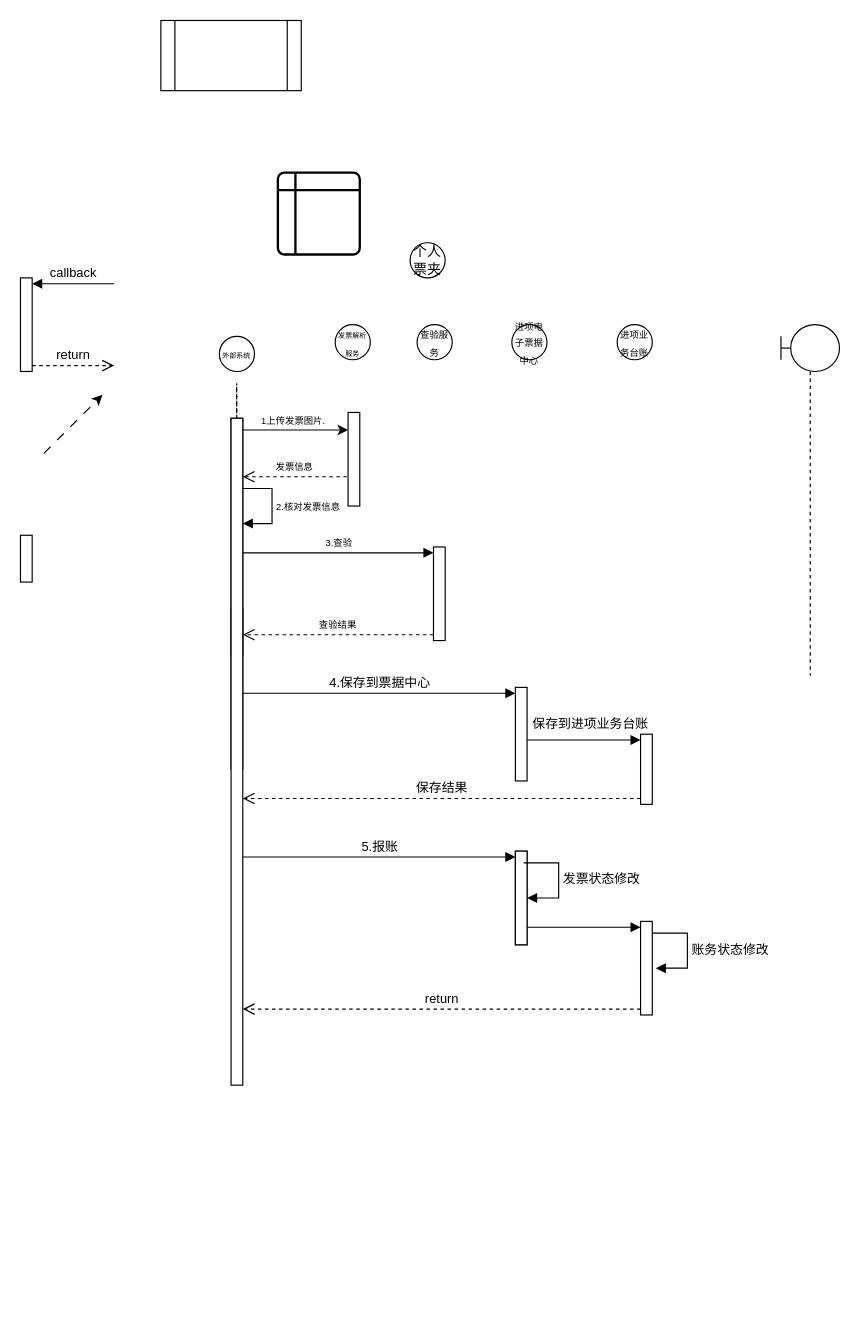
Asamiyaa/microservice-k8s-yun keeps this draw.io diagram as menus/发票解析报账.drawio. Above is the earlier version. Source tidied: cells renumbered, new cells numbered last; positions are measured from the earlier drawing's top-left corner, leaving out a move shared by most shapes. Both pictures are drawn from the tidied source at 117%, with x=0, y=0 at pixel (20, 20).
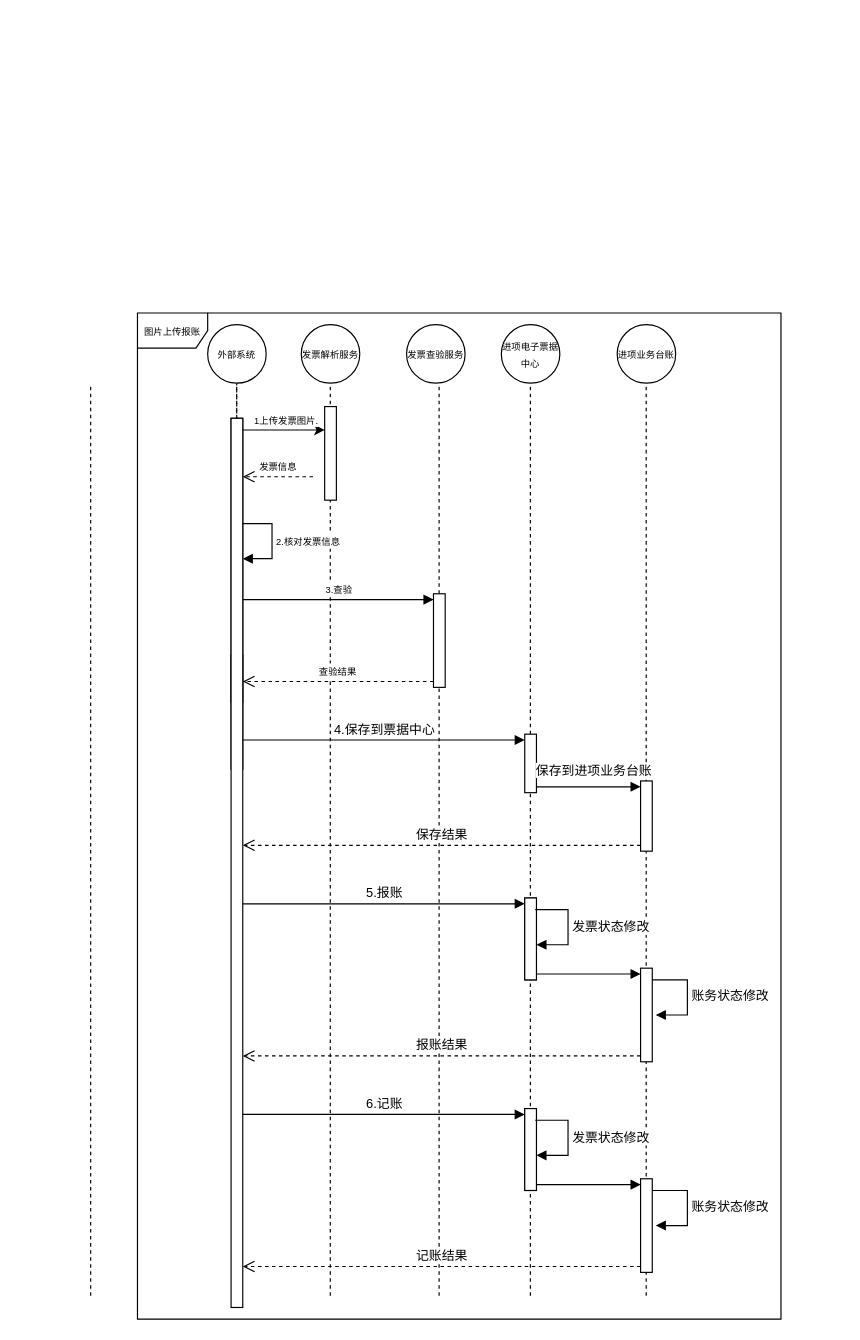
After the change.

Commit message (it also covers changes not shown here):
更新发票解析报账.drawio

The change refers to these unchanged cells:
```xml
<mxCell id="11" style="rounded=0;whiteSpace=wrap;html=1;" parent="1" vertex="1">
  <mxGeometry x="180" y="340" width="10" height="300" as="geometry" />
</mxCell>
```

What changed in the source:
```diff
@@
-    <mxCell id="2" style="shape=process;whiteSpace=wrap;html=1;backgroundOutline=1;" parent="1" vertex="1">
-      <mxGeometry x="120" width="120" height="60" as="geometry" />
-    </mxCell>
-    <mxCell id="3" style="shape=internalStorage;whiteSpace=wrap;html=1;dx=15;dy=15;rounded=1;arcSize=8;strokeWidth=2;" parent="1" vertex="1">
-      <mxGeometry x="220" y="130" width="70" height="70" as="geometry" />
-    </mxCell>
+    <mxCell id="43" style="endArrow=none;dashed=1;html=1;rounded=0;" parent="1" edge="1">
+      <mxGeometry relative="1" as="geometry">
+        <mxPoint x="264.8" y="1090" as="sourcePoint" />
+        <mxPoint x="264.8" y="310" as="targetPoint" />
+      </mxGeometry>
+    </mxCell>
+    <mxCell id="44" style="endArrow=none;dashed=1;html=1;rounded=0;" parent="1" edge="1">
+      <mxGeometry relative="1" as="geometry">
+        <mxPoint x="357.8" y="1090" as="sourcePoint" />
+        <mxPoint x="357.8" y="310" as="targetPoint" />
+      </mxGeometry>
+    </mxCell>
+    <mxCell id="45" style="endArrow=none;dashed=1;html=1;rounded=0;" parent="1" edge="1">
+      <mxGeometry relative="1" as="geometry">
+        <mxPoint x="435.8" y="1090" as="sourcePoint" />
+        <mxPoint x="435.8" y="310" as="targetPoint" />
+      </mxGeometry>
+    </mxCell>
+    <mxCell id="46" style="endArrow=none;dashed=1;html=1;rounded=0;" parent="1" edge="1">
+      <mxGeometry relative="1" as="geometry">
+        <mxPoint x="534.8" y="1090" as="sourcePoint" />
+        <mxPoint x="534.8" y="310" as="targetPoint" />
+      </mxGeometry>
+    </mxCell>
-    <mxCell id="4" value="&lt;font style=&quot;font-size: 6px;&quot;&gt;外部系统&lt;/font&gt;" style="ellipse;whiteSpace=wrap;html=1;" parent="1" vertex="1">
-      <mxGeometry x="170" y="270" width="30" height="30" as="geometry" />
+    <mxCell id="4" value="&lt;font style=&quot;font-size: 8px;&quot;&gt;外部系统&lt;/font&gt;" style="ellipse;whiteSpace=wrap;html=1;" parent="1" vertex="1">
+      <mxGeometry x="160" y="260" width="50" height="50" as="geometry" />
     </mxCell>
-    <mxCell id="5" value="个人票夹" style="ellipse;whiteSpace=wrap;html=1;" parent="1" vertex="1">
-      <mxGeometry x="333" y="190" width="30" height="30" as="geometry" />
-    </mxCell>
-    <mxCell id="6" value="&lt;font style=&quot;font-size: 8px;&quot;&gt;查验服务&lt;/font&gt;" style="ellipse;whiteSpace=wrap;html=1;" parent="1" vertex="1">
-      <mxGeometry x="339" y="260" width="30" height="30" as="geometry" />
-    </mxCell>
@@
-    <mxCell id="8" value="&lt;span style=&quot;font-size: 6px;&quot;&gt;发票解析服务&lt;/span&gt;" style="ellipse;whiteSpace=wrap;html=1;" parent="1" vertex="1">
-      <mxGeometry x="269" y="260" width="30" height="30" as="geometry" />
-    </mxCell>
@@
-    <mxCell id="10" style="endArrow=none;dashed=1;html=1;rounded=0;" parent="1" edge="1" target="11">
+    <mxCell id="10" style="endArrow=none;dashed=1;html=1;rounded=0;" parent="1" edge="1">
       <mxGeometry relative="1" as="geometry">
-        <mxPoint x="184.8" y="720" as="sourcePoint" />
+        <mxPoint x="184.8" y="760" as="sourcePoint" />
+        <mxPoint x="184.9" y="680" as="targetPoint" />
       </mxGeometry>
     </mxCell>
@@
     <mxCell id="12" style="endArrow=classic;html=1;rounded=0;" parent="1" edge="1" source="25">
       <mxGeometry relative="1" as="geometry">
-        <mxPoint x="280" y="350" as="targetPoint" />
+        <mxPoint x="260" y="350" as="targetPoint" />
+        <Array as="points">
+          <mxPoint x="260" y="350" />
+        </Array>
       </mxGeometry>
     </mxCell>
@@
-    <mxCell id="14" style="rounded=0;whiteSpace=wrap;html=1;" parent="1" vertex="1">
-      <mxGeometry y="440" width="10" height="40" as="geometry" />
-    </mxCell>
-    <mxCell id="15" style="endArrow=classic;html=1;rounded=0;dashed=1;dashPattern=8 8;" parent="1" edge="1">
-      <mxGeometry relative="1" as="geometry">
-        <mxPoint x="20" y="370" as="sourcePoint" />
-        <mxPoint x="70" y="320" as="targetPoint" />
-      </mxGeometry>
-    </mxCell>
     <mxCell id="16" value="&lt;font style=&quot;font-size: 8px;&quot;&gt;发票信息&lt;/font&gt;" style="html=1;verticalAlign=bottom;endArrow=open;dashed=1;endSize=8;curved=0;rounded=0;" parent="1" edge="1">
       <mxGeometry relative="1" as="geometry">
-        <mxPoint x="279" y="390" as="sourcePoint" />
+        <mxPoint x="250" y="390" as="sourcePoint" />
         <mxPoint x="190" y="390" as="targetPoint" />
       </mxGeometry>
     </mxCell>
     <mxCell id="17" style="html=1;points=[[0,0,0,0,5],[0,1,0,0,-5],[1,0,0,0,5],[1,1,0,0,-5]];perimeter=orthogonalPerimeter;outlineConnect=0;targetShapes=umlLifeline;portConstraint=eastwest;newEdgeStyle={&quot;curved&quot;:0,&quot;rounded&quot;:0};" parent="1" vertex="1">
-      <mxGeometry x="353" y="450" width="10" height="80" as="geometry" />
+      <mxGeometry x="353" y="490" width="10" height="80" as="geometry" />
     </mxCell>
-    <mxCell id="18" value="&lt;font style=&quot;font-size: 8px;&quot;&gt;3.查验&lt;/font&gt;" style="html=1;verticalAlign=bottom;endArrow=block;curved=0;rounded=0;entryX=0;entryY=0;entryDx=0;entryDy=5;" parent="1" edge="1" source="25" target="17">
-      <mxGeometry relative="1" as="geometry" />
+    <mxCell id="18" value="&lt;font style=&quot;font-size: 8px;&quot;&gt;3.查验&lt;/font&gt;" style="html=1;verticalAlign=bottom;endArrow=block;curved=0;rounded=0;entryX=0;entryY=0;entryDx=0;entryDy=5;" parent="1" edge="1" target="17">
+      <mxGeometry relative="1" as="geometry">
+        <mxPoint x="190" y="495" as="sourcePoint" />
+      </mxGeometry>
     </mxCell>
@@
-    <mxCell id="20" style="html=1;points=[[0,0,0,0,5],[0,1,0,0,-5],[1,0,0,0,5],[1,1,0,0,-5]];perimeter=orthogonalPerimeter;outlineConnect=0;targetShapes=umlLifeline;portConstraint=eastwest;newEdgeStyle={&quot;curved&quot;:0,&quot;rounded&quot;:0};" parent="1" vertex="1">
-      <mxGeometry y="220" width="10" height="80" as="geometry" />
-    </mxCell>
-    <mxCell id="21" value="callback" style="html=1;verticalAlign=bottom;endArrow=block;curved=0;rounded=0;entryX=1;entryY=0;entryDx=0;entryDy=5;" parent="1" edge="1" target="20">
-      <mxGeometry relative="1" as="geometry">
-        <mxPoint x="80" y="225" as="sourcePoint" />
-      </mxGeometry>
-    </mxCell>
-    <mxCell id="22" value="return" style="html=1;verticalAlign=bottom;endArrow=open;dashed=1;endSize=8;curved=0;rounded=0;exitX=1;exitY=1;exitDx=0;exitDy=-5;" parent="1" edge="1" source="20">
-      <mxGeometry relative="1" as="geometry">
-        <mxPoint x="80" y="295" as="targetPoint" />
-      </mxGeometry>
-    </mxCell>
-    <mxCell id="23" style="shape=umlLifeline;perimeter=lifelinePerimeter;whiteSpace=wrap;html=1;newEdgeStyle={&quot;curved&quot;:0,&quot;rounded&quot;:0};participant=umlBoundary;" parent="1" vertex="1">
-      <mxGeometry x="650" y="260" width="50" height="300" as="geometry" />
-    </mxCell>
     <mxCell id="24" style="html=1;points=[[0,0,0,0,5],[0,1,0,0,-5],[1,0,0,0,5],[1,1,0,0,-5]];perimeter=orthogonalPerimeter;outlineConnect=0;targetShapes=umlLifeline;portConstraint=eastwest;newEdgeStyle={&quot;curved&quot;:0,&quot;rounded&quot;:0};" parent="1" vertex="1">
-      <mxGeometry x="180" y="502.5" width="10" height="40" as="geometry" />
+      <mxGeometry x="180" y="542.5" width="10" height="40" as="geometry" />
     </mxCell>
     <mxCell id="25" style="html=1;points=[[0,0,0,0,5],[0,1,0,0,-5],[1,0,0,0,5],[1,1,0,0,-5]];perimeter=orthogonalPerimeter;outlineConnect=0;targetShapes=umlLifeline;portConstraint=eastwest;newEdgeStyle={&quot;curved&quot;:0,&quot;rounded&quot;:0};" parent="1" vertex="1">
-      <mxGeometry x="180" y="340" width="10" height="570" as="geometry" />
+      <mxGeometry x="180" y="340" width="10" height="760" as="geometry" />
     </mxCell>
-    <mxCell id="26" value="&lt;font style=&quot;font-size: 8px;&quot;&gt;2.核对发票信息&lt;/font&gt;" style="html=1;align=left;spacingLeft=2;endArrow=block;rounded=0;edgeStyle=orthogonalEdgeStyle;curved=0;rounded=0;" parent="1" edge="1" target="25">
+    <mxCell id="26" value="&lt;font style=&quot;font-size: 8px;&quot;&gt;2.核对发票信息&lt;/font&gt;" style="html=1;align=left;spacingLeft=2;endArrow=block;rounded=0;edgeStyle=orthogonalEdgeStyle;curved=0;rounded=0;" parent="1" edge="1">
       <mxGeometry relative="1" as="geometry">
-        <mxPoint x="190" y="400" as="sourcePoint" />
+        <mxPoint x="190" y="430" as="sourcePoint" />
+        <mxPoint x="190" y="460" as="targetPoint" />
         <Array as="points">
-          <mxPoint x="215" y="430" />
+          <mxPoint x="215" y="460" />
         </Array>
       </mxGeometry>
     </mxCell>
-    <mxCell id="27" value="&lt;span style=&quot;font-size: 8px;&quot;&gt;进项电子票据中心&lt;/span&gt;" style="ellipse;whiteSpace=wrap;html=1;" parent="1" vertex="1">
-      <mxGeometry x="420" y="260" width="30" height="30" as="geometry" />
-    </mxCell>
     <mxCell id="28" style="html=1;points=[[0,0,0,0,5],[0,1,0,0,-5],[1,0,0,0,5],[1,1,0,0,-5]];perimeter=orthogonalPerimeter;outlineConnect=0;targetShapes=umlLifeline;portConstraint=eastwest;newEdgeStyle={&quot;curved&quot;:0,&quot;rounded&quot;:0};" parent="1" vertex="1">
-      <mxGeometry x="423" y="570" width="10" height="80" as="geometry" />
+      <mxGeometry x="431" y="610" width="10" height="50" as="geometry" />
     </mxCell>
     <mxCell id="29" value="4.保存到票据中心" style="html=1;verticalAlign=bottom;endArrow=block;curved=0;rounded=0;entryX=0;entryY=0;entryDx=0;entryDy=5;" parent="1" edge="1" target="28">
       <mxGeometry relative="1" as="geometry">
-        <mxPoint x="190" y="575" as="sourcePoint" />
+        <mxPoint x="190" y="615" as="sourcePoint" />
       </mxGeometry>
     </mxCell>
-    <mxCell id="30" value="&lt;span style=&quot;font-size: 8px;&quot;&gt;进项业务台账&lt;/span&gt;" style="ellipse;whiteSpace=wrap;html=1;" parent="1" vertex="1">
-      <mxGeometry x="510" y="260" width="30" height="30" as="geometry" />
-    </mxCell>
     <mxCell id="31" style="html=1;points=[[0,0,0,0,5],[0,1,0,0,-5],[1,0,0,0,5],[1,1,0,0,-5]];perimeter=orthogonalPerimeter;outlineConnect=0;targetShapes=umlLifeline;portConstraint=eastwest;newEdgeStyle={&quot;curved&quot;:0,&quot;rounded&quot;:0};" parent="1" vertex="1">
-      <mxGeometry x="530" y="610" width="10" height="60" as="geometry" />
+      <mxGeometry x="530" y="650" width="10" height="60" as="geometry" />
     </mxCell>
@@
     <mxCell id="33" value="保存结果" style="html=1;verticalAlign=bottom;endArrow=open;dashed=1;endSize=8;curved=0;rounded=0;exitX=0;exitY=1;exitDx=0;exitDy=-5;" parent="1" edge="1" source="31">
       <mxGeometry relative="1" as="geometry">
-        <mxPoint x="190" y="665" as="targetPoint" />
+        <mxPoint x="190" y="705" as="targetPoint" />
       </mxGeometry>
     </mxCell>
     <mxCell id="34" style="html=1;points=[[0,0,0,0,5],[0,1,0,0,-5],[1,0,0,0,5],[1,1,0,0,-5]];perimeter=orthogonalPerimeter;outlineConnect=0;targetShapes=umlLifeline;portConstraint=eastwest;newEdgeStyle={&quot;curved&quot;:0,&quot;rounded&quot;:0};" parent="1" vertex="1">
-      <mxGeometry x="423" y="710" width="10" height="80" as="geometry" />
+      <mxGeometry x="431" y="750" width="10" height="70" as="geometry" />
     </mxCell>
     <mxCell id="35" value="5.报账" style="html=1;verticalAlign=bottom;endArrow=block;curved=0;rounded=0;entryX=0;entryY=0;entryDx=0;entryDy=5;" parent="1" edge="1" target="34">
       <mxGeometry relative="1" as="geometry">
-        <mxPoint x="190" y="715" as="sourcePoint" />
+        <mxPoint x="190" y="755" as="sourcePoint" />
       </mxGeometry>
     </mxCell>
     <mxCell id="36" style="html=1;points=[[0,0,0,0,5],[0,1,0,0,-5],[1,0,0,0,5],[1,1,0,0,-5]];perimeter=orthogonalPerimeter;outlineConnect=0;targetShapes=umlLifeline;portConstraint=eastwest;newEdgeStyle={&quot;curved&quot;:0,&quot;rounded&quot;:0};" parent="1" vertex="1">
-      <mxGeometry x="423" y="710" width="10" height="80" as="geometry" />
+      <mxGeometry x="431" y="750" width="10" height="70" as="geometry" />
     </mxCell>
     <mxCell id="37" value="发票状态修改" style="html=1;align=left;spacingLeft=2;endArrow=block;rounded=0;edgeStyle=orthogonalEdgeStyle;curved=0;rounded=0;" parent="1" edge="1" target="36">
       <mxGeometry relative="1" as="geometry">
-        <mxPoint x="430" y="720" as="sourcePoint" />
+        <mxPoint x="440" y="760" as="sourcePoint" />
         <Array as="points">
-          <mxPoint x="460" y="750" />
+          <mxPoint x="468" y="790" />
         </Array>
       </mxGeometry>
     </mxCell>
     <mxCell id="38" style="html=1;points=[[0,0,0,0,5],[0,1,0,0,-5],[1,0,0,0,5],[1,1,0,0,-5]];perimeter=orthogonalPerimeter;outlineConnect=0;targetShapes=umlLifeline;portConstraint=eastwest;newEdgeStyle={&quot;curved&quot;:0,&quot;rounded&quot;:0};" parent="1" vertex="1">
-      <mxGeometry x="530" y="770" width="10" height="80" as="geometry" />
+      <mxGeometry x="530" y="810" width="10" height="80" as="geometry" />
     </mxCell>
@@
-    <mxCell id="40" value="return" style="html=1;verticalAlign=bottom;endArrow=open;dashed=1;endSize=8;curved=0;rounded=0;exitX=0;exitY=1;exitDx=0;exitDy=-5;" parent="1" edge="1" source="38" target="25">
-      <mxGeometry relative="1" as="geometry" />
+    <mxCell id="40" value="报账结果" style="html=1;verticalAlign=bottom;endArrow=open;dashed=1;endSize=8;curved=0;rounded=0;exitX=0;exitY=1;exitDx=0;exitDy=-5;" parent="1" edge="1" source="38">
+      <mxGeometry relative="1" as="geometry">
+        <mxPoint x="190" y="885" as="targetPoint" />
+      </mxGeometry>
     </mxCell>
     <mxCell id="41" value="账务状态修改" style="html=1;align=left;spacingLeft=2;endArrow=block;rounded=0;edgeStyle=orthogonalEdgeStyle;curved=0;rounded=0;" parent="1" edge="1">
       <mxGeometry relative="1" as="geometry">
-        <mxPoint x="540" y="780" as="sourcePoint" />
-        <mxPoint x="543" y="810" as="targetPoint" />
+        <mxPoint x="540" y="820" as="sourcePoint" />
+        <mxPoint x="543" y="850" as="targetPoint" />
         <Array as="points">
-          <mxPoint x="570" y="810" />
+          <mxPoint x="570" y="850" />
         </Array>
       </mxGeometry>
     </mxCell>
     <mxCell id="42" style="html=1;perimeter=orthogonalPerimeter;targetShapes=umlLifeline;newEdgeStyle={&quot;curved&quot;:0,&quot;rounded&quot;:0};" parent="1" vertex="1">
-      <mxGeometry x="280" y="335" width="10" height="80" as="geometry" />
+      <mxGeometry x="260" y="330" width="10" height="80" as="geometry" />
     </mxCell>
+    <mxCell id="8" value="&lt;font style=&quot;font-size: 8px;&quot;&gt;发票解析服务&lt;/font&gt;" style="ellipse;whiteSpace=wrap;html=1;" parent="1" vertex="1">
+      <mxGeometry x="240" y="260" width="50" height="50" as="geometry" />
+    </mxCell>
+    <mxCell id="47" value="&lt;font style=&quot;font-size: 8px;&quot;&gt;发票查验服务&lt;/font&gt;" style="ellipse;whiteSpace=wrap;html=1;" parent="1" vertex="1">
+      <mxGeometry x="330" y="260" width="50" height="50" as="geometry" />
+    </mxCell>
+    <mxCell id="27" value="&lt;font style=&quot;font-size: 8px;&quot;&gt;进项电子票据中心&lt;/font&gt;" style="ellipse;whiteSpace=wrap;html=1;" parent="1" vertex="1">
+      <mxGeometry x="411" y="260" width="50" height="50" as="geometry" />
+    </mxCell>
+    <mxCell id="30" value="&lt;font style=&quot;font-size: 8px;&quot;&gt;进项业务台账&lt;/font&gt;" style="ellipse;whiteSpace=wrap;html=1;" parent="1" vertex="1">
+      <mxGeometry x="510" y="260" width="50" height="50" as="geometry" />
+    </mxCell>
+    <mxCell id="48" value="&lt;font style=&quot;font-size: 8px;&quot;&gt;图片上传报账&lt;/font&gt;" style="shape=umlFrame;whiteSpace=wrap;html=1;" parent="1" vertex="1">
+      <mxGeometry x="100" y="250" width="550" height="860" as="geometry" />
+    </mxCell>
+    <mxCell id="49" style="html=1;points=[[0,0,0,0,5],[0,1,0,0,-5],[1,0,0,0,5],[1,1,0,0,-5]];perimeter=orthogonalPerimeter;outlineConnect=0;targetShapes=umlLifeline;portConstraint=eastwest;newEdgeStyle={&quot;curved&quot;:0,&quot;rounded&quot;:0};" parent="1" vertex="1">
+      <mxGeometry x="431" y="930" width="10" height="70" as="geometry" />
+    </mxCell>
+    <mxCell id="50" value="6.记账" style="html=1;verticalAlign=bottom;endArrow=block;curved=0;rounded=0;entryX=0;entryY=0;entryDx=0;entryDy=5;" parent="1" edge="1" target="49">
+      <mxGeometry relative="1" as="geometry">
+        <mxPoint x="190" y="935" as="sourcePoint" />
+      </mxGeometry>
+    </mxCell>
+    <mxCell id="51" style="html=1;points=[[0,0,0,0,5],[0,1,0,0,-5],[1,0,0,0,5],[1,1,0,0,-5]];perimeter=orthogonalPerimeter;outlineConnect=0;targetShapes=umlLifeline;portConstraint=eastwest;newEdgeStyle={&quot;curved&quot;:0,&quot;rounded&quot;:0};" parent="1" vertex="1">
+      <mxGeometry x="431" y="930" width="10" height="70" as="geometry" />
+    </mxCell>
+    <mxCell id="52" value="发票状态修改" style="html=1;align=left;spacingLeft=2;endArrow=block;rounded=0;edgeStyle=orthogonalEdgeStyle;curved=0;rounded=0;" parent="1" edge="1" target="51">
+      <mxGeometry relative="1" as="geometry">
+        <mxPoint x="440" y="940" as="sourcePoint" />
+        <Array as="points">
+          <mxPoint x="468" y="970" />
+        </Array>
+      </mxGeometry>
+    </mxCell>
+    <mxCell id="53" style="html=1;points=[[0,0,0,0,5],[0,1,0,0,-5],[1,0,0,0,5],[1,1,0,0,-5]];perimeter=orthogonalPerimeter;outlineConnect=0;targetShapes=umlLifeline;portConstraint=eastwest;newEdgeStyle={&quot;curved&quot;:0,&quot;rounded&quot;:0};" parent="1" vertex="1">
+      <mxGeometry x="530" y="990" width="10" height="80" as="geometry" />
+    </mxCell>
+    <mxCell id="54" style="html=1;verticalAlign=bottom;endArrow=block;curved=0;rounded=0;entryX=0;entryY=0;entryDx=0;entryDy=5;" parent="1" edge="1" source="51" target="53">
+      <mxGeometry relative="1" as="geometry" />
+    </mxCell>
+    <mxCell id="55" value="记账结果" style="html=1;verticalAlign=bottom;endArrow=open;dashed=1;endSize=8;curved=0;rounded=0;exitX=0;exitY=1;exitDx=0;exitDy=-5;" parent="1" edge="1" source="53">
+      <mxGeometry relative="1" as="geometry">
+        <mxPoint x="190" y="1065" as="targetPoint" />
+      </mxGeometry>
+    </mxCell>
+    <mxCell id="56" value="账务状态修改" style="html=1;align=left;spacingLeft=2;endArrow=block;rounded=0;edgeStyle=orthogonalEdgeStyle;curved=0;rounded=0;" parent="1" edge="1">
+      <mxGeometry relative="1" as="geometry">
+        <mxPoint x="540" y="1000" as="sourcePoint" />
+        <mxPoint x="543" y="1030" as="targetPoint" />
+        <Array as="points">
+          <mxPoint x="570" y="1030" />
+        </Array>
+      </mxGeometry>
+    </mxCell>
+    <mxCell id="57" style="endArrow=none;dashed=1;html=1;rounded=0;" parent="1" edge="1">
+      <mxGeometry relative="1" as="geometry">
+        <mxPoint x="60" y="1090" as="sourcePoint" />
+        <mxPoint x="60" y="310" as="targetPoint" />
+      </mxGeometry>
+    </mxCell>
```
